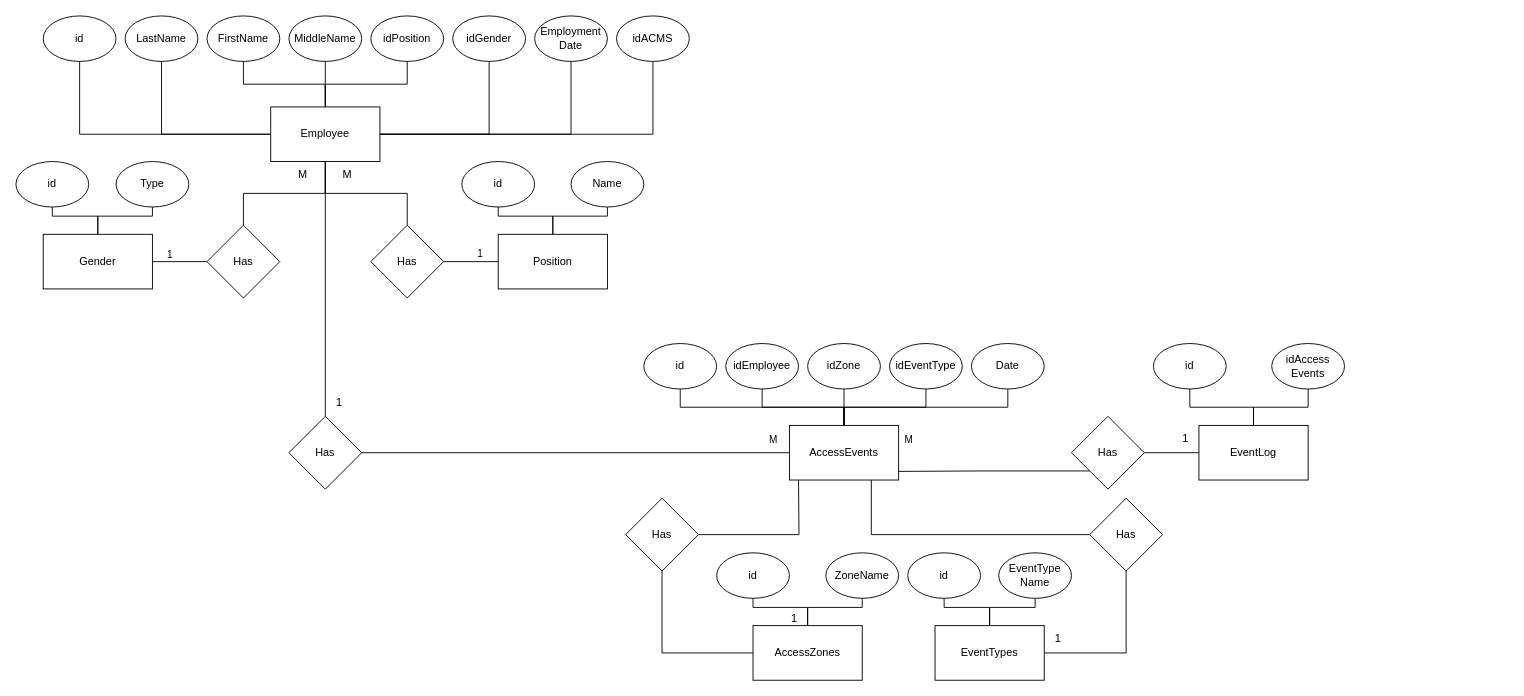
Above: FirstDiagram.drawio in Sparrow-Ran/DRAWIO (draw.io), before the change. Source tidied: cells renumbered, new cells numbered last; positions are measured from the earlier drawing's top-left corner, leaving out a move shared by most shapes. Both pictures are drawn from the tidied source at 91%, with x=0, y=0 at pixel (15, 15).
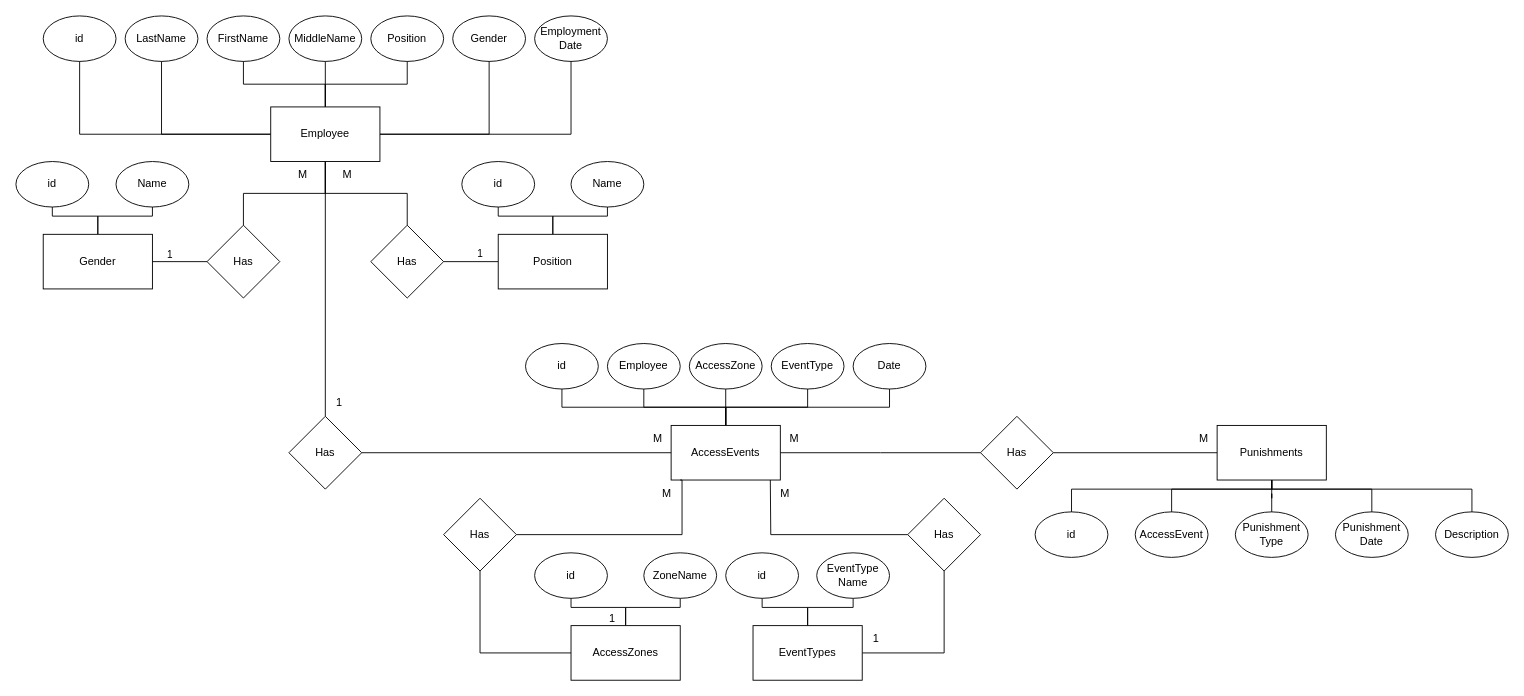
Above is the later version.

The change refers to these unchanged cells:
```xml
<mxCell id="19" value="Employee" style="rounded=0;whiteSpace=wrap;html=1;" parent="1" vertex="1">
  <mxGeometry x="280" y="100" width="120" height="60" as="geometry" />
</mxCell>
<mxCell id="60" style="edgeStyle=orthogonalEdgeStyle;rounded=0;jettySize=auto;html=1;endArrow=none;endFill=0;" parent="1" edge="1" source="62" target="53">
  <mxGeometry relative="1" as="geometry" />
</mxCell>
```

Change to the diagram source:
```diff
@@
-    <mxCell id="6" value="idPosition" style="ellipse;whiteSpace=wrap;html=1;" parent="1" vertex="1">
+    <mxCell id="6" value="Position" style="ellipse;whiteSpace=wrap;html=1;" parent="1" vertex="1">
       <mxGeometry x="390" width="80" height="50" as="geometry" />
     </mxCell>
-    <mxCell id="7" value="idGender" style="ellipse;whiteSpace=wrap;html=1;" parent="1" vertex="1">
+    <mxCell id="7" value="Gender" style="ellipse;whiteSpace=wrap;html=1;" parent="1" vertex="1">
       <mxGeometry x="480" width="80" height="50" as="geometry" />
     </mxCell>
@@
-    <mxCell id="18" style="edgeStyle=orthogonalEdgeStyle;rounded=0;jettySize=auto;html=1;endArrow=none;endFill=0;" parent="1" edge="1" source="19" target="35">
-      <mxGeometry relative="1" as="geometry" />
-    </mxCell>
@@
-    <mxCell id="29" value="Type" style="ellipse;whiteSpace=wrap;html=1;" parent="1" vertex="1">
+    <mxCell id="29" value="Name" style="ellipse;whiteSpace=wrap;html=1;" parent="1" vertex="1">
       <mxGeometry x="110" y="160" width="80" height="50" as="geometry" />
     </mxCell>
@@
-    <mxCell id="35" value="idACMS" style="ellipse;whiteSpace=wrap;html=1;" parent="1" vertex="1">
-      <mxGeometry x="660" width="80" height="50" as="geometry" />
-    </mxCell>
@@
     <mxCell id="39" value="AccessZones" style="rounded=0;whiteSpace=wrap;html=1;" parent="1" vertex="1">
-      <mxGeometry x="810" y="670" width="120" height="60" as="geometry" />
+      <mxGeometry x="610" y="670" width="120" height="60" as="geometry" />
     </mxCell>
     <mxCell id="40" value="id" style="ellipse;whiteSpace=wrap;html=1;" parent="1" vertex="1">
-      <mxGeometry x="770" y="590" width="80" height="50" as="geometry" />
+      <mxGeometry x="570" y="590" width="80" height="50" as="geometry" />
     </mxCell>
     <mxCell id="41" value="ZoneName" style="ellipse;whiteSpace=wrap;html=1;" parent="1" vertex="1">
-      <mxGeometry x="890" y="590" width="80" height="50" as="geometry" />
+      <mxGeometry x="690" y="590" width="80" height="50" as="geometry" />
     </mxCell>
@@
     <mxCell id="45" value="EventTypes" style="rounded=0;whiteSpace=wrap;html=1;" parent="1" vertex="1">
-      <mxGeometry x="1010" y="670" width="120" height="60" as="geometry" />
+      <mxGeometry x="810" y="670" width="120" height="60" as="geometry" />
     </mxCell>
     <mxCell id="46" value="id" style="ellipse;whiteSpace=wrap;html=1;" parent="1" vertex="1">
-      <mxGeometry x="980" y="590" width="80" height="50" as="geometry" />
+      <mxGeometry x="780" y="590" width="80" height="50" as="geometry" />
     </mxCell>
     <mxCell id="47" value="EventType&lt;br&gt;Name" style="ellipse;whiteSpace=wrap;html=1;" parent="1" vertex="1">
-      <mxGeometry x="1080" y="590" width="80" height="50" as="geometry" />
+      <mxGeometry x="880" y="590" width="80" height="50" as="geometry" />
     </mxCell>
+    <mxCell id="50" style="edgeStyle=orthogonalEdgeStyle;rounded=0;jettySize=auto;html=1;endArrow=none;endFill=0;" parent="1" edge="1" source="53" target="56">
+      <mxGeometry relative="1" as="geometry">
+        <Array as="points">
+          <mxPoint x="780" y="430" />
+          <mxPoint x="780" y="430" />
+        </Array>
+      </mxGeometry>
+    </mxCell>
+    <mxCell id="49" style="edgeStyle=orthogonalEdgeStyle;rounded=0;jettySize=auto;html=1;entryX=0.5;entryY=1;entryDx=0;entryDy=0;endArrow=none;endFill=0;" parent="1" edge="1" source="53" target="55">
+      <mxGeometry relative="1" as="geometry" />
+    </mxCell>
     <mxCell id="48" style="edgeStyle=orthogonalEdgeStyle;rounded=0;jettySize=auto;html=1;endArrow=none;endFill=0;" parent="1" edge="1" source="53" target="54">
       <mxGeometry relative="1" as="geometry">
         <Array as="points">
-          <mxPoint x="910" y="430" />
-          <mxPoint x="730" y="430" />
+          <mxPoint x="780" y="430" />
+          <mxPoint x="600" y="430" />
         </Array>
       </mxGeometry>
     </mxCell>
-    <mxCell id="49" style="edgeStyle=orthogonalEdgeStyle;rounded=0;jettySize=auto;html=1;endArrow=none;endFill=0;" parent="1" edge="1" source="53" target="55">
-      <mxGeometry relative="1" as="geometry" />
-    </mxCell>
-    <mxCell id="50" style="edgeStyle=orthogonalEdgeStyle;rounded=0;jettySize=auto;html=1;endArrow=none;endFill=0;" parent="1" edge="1" source="53" target="56">
-      <mxGeometry relative="1" as="geometry" />
-    </mxCell>
@@
     <mxCell id="52" style="edgeStyle=orthogonalEdgeStyle;rounded=0;jettySize=auto;html=1;endArrow=none;endFill=0;" parent="1" edge="1" source="53" target="58">
       <mxGeometry relative="1" as="geometry">
         <Array as="points">
-          <mxPoint x="910" y="430" />
-          <mxPoint x="1090" y="430" />
+          <mxPoint x="780" y="430" />
+          <mxPoint x="960" y="430" />
         </Array>
       </mxGeometry>
     </mxCell>
+    <mxCell id="83" style="edgeStyle=orthogonalEdgeStyle;rounded=0;jettySize=auto;html=1;endArrow=none;endFill=0;" parent="1" edge="1" source="53">
+      <mxGeometry relative="1" as="geometry">
+        <mxPoint x="1060" y="480" as="targetPoint" />
+      </mxGeometry>
+    </mxCell>
     <mxCell id="53" value="AccessEvents" style="rounded=0;whiteSpace=wrap;html=1;" parent="1" vertex="1">
-      <mxGeometry x="850" y="450" width="120" height="60" as="geometry" />
+      <mxGeometry x="720" y="450" width="120" height="60" as="geometry" />
     </mxCell>
     <mxCell id="54" value="id" style="ellipse;whiteSpace=wrap;html=1;" parent="1" vertex="1">
-      <mxGeometry x="690" y="360" width="80" height="50" as="geometry" />
+      <mxGeometry x="560" y="360" width="80" height="50" as="geometry" />
     </mxCell>
-    <mxCell id="55" value="idEmployee" style="ellipse;whiteSpace=wrap;html=1;" parent="1" vertex="1">
-      <mxGeometry x="780" y="360" width="80" height="50" as="geometry" />
+    <mxCell id="55" value="Employee" style="ellipse;whiteSpace=wrap;html=1;" parent="1" vertex="1">
+      <mxGeometry x="650" y="360" width="80" height="50" as="geometry" />
     </mxCell>
-    <mxCell id="56" value="idZone" style="ellipse;whiteSpace=wrap;html=1;" parent="1" vertex="1">
-      <mxGeometry x="870" y="360" width="80" height="50" as="geometry" />
+    <mxCell id="56" value="AccessZone" style="ellipse;whiteSpace=wrap;html=1;" parent="1" vertex="1">
+      <mxGeometry x="740" y="360" width="80" height="50" as="geometry" />
     </mxCell>
-    <mxCell id="57" value="idEventType" style="ellipse;whiteSpace=wrap;html=1;" parent="1" vertex="1">
-      <mxGeometry x="960" y="360" width="80" height="50" as="geometry" />
+    <mxCell id="57" value="EventType" style="ellipse;whiteSpace=wrap;html=1;" parent="1" vertex="1">
+      <mxGeometry x="830" y="360" width="80" height="50" as="geometry" />
     </mxCell>
     <mxCell id="58" value="Date" style="ellipse;whiteSpace=wrap;html=1;" parent="1" vertex="1">
-      <mxGeometry x="1050" y="360" width="80" height="50" as="geometry" />
+      <mxGeometry x="920" y="360" width="80" height="50" as="geometry" />
     </mxCell>
@@
-    <mxCell id="61" value="М" style="edgeLabel;html=1;align=center;verticalAlign=middle;" parent="60" vertex="1">
-      <mxGeometry x="0.9" y="4" relative="1" as="geometry">
-        <mxPoint x="4" y="-11" as="offset" />
-      </mxGeometry>
-    </mxCell>
@@
-    <mxCell id="63" style="edgeStyle=orthogonalEdgeStyle;rounded=0;jettySize=auto;html=1;endArrow=none;endFill=0;" parent="1" edge="1" source="64">
+    <mxCell id="63" style="edgeStyle=orthogonalEdgeStyle;rounded=0;jettySize=auto;html=1;endArrow=none;endFill=0;exitX=1;exitY=0.5;exitDx=0;exitDy=0;" parent="1" edge="1" source="64">
       <mxGeometry relative="1" as="geometry">
-        <mxPoint x="860" y="510" as="targetPoint" />
+        <mxPoint x="730" y="510" as="targetPoint" />
+        <Array as="points">
+          <mxPoint x="732" y="570" />
+        </Array>
       </mxGeometry>
     </mxCell>
     <mxCell id="64" value="Has" style="rhombus;whiteSpace=wrap;html=1;" parent="1" vertex="1">
-      <mxGeometry x="670" y="530" width="80" height="80" as="geometry" />
+      <mxGeometry x="470" y="530" width="80" height="80" as="geometry" />
     </mxCell>
-    <mxCell id="65" style="edgeStyle=orthogonalEdgeStyle;rounded=0;jettySize=auto;html=1;endArrow=none;endFill=0;entryX=0.75;entryY=1;entryDx=0;entryDy=0;" parent="1" edge="1" source="66" target="53">
-      <mxGeometry relative="1" as="geometry" />
+    <mxCell id="65" style="edgeStyle=orthogonalEdgeStyle;rounded=0;jettySize=auto;html=1;endArrow=none;endFill=0;" parent="1" edge="1" source="66">
+      <mxGeometry relative="1" as="geometry">
+        <mxPoint x="829" y="510" as="targetPoint" />
+      </mxGeometry>
     </mxCell>
     <mxCell id="66" value="Has" style="rhombus;whiteSpace=wrap;html=1;" parent="1" vertex="1">
-      <mxGeometry x="1180" y="530" width="80" height="80" as="geometry" />
+      <mxGeometry x="980" y="530" width="80" height="80" as="geometry" />
     </mxCell>
-    <mxCell id="67" style="edgeStyle=orthogonalEdgeStyle;rounded=0;jettySize=auto;html=1;exitX=0;exitY=1;exitDx=0;exitDy=0;entryX=1.004;entryY=0.842;entryDx=0;entryDy=0;endArrow=none;endFill=0;entryPerimeter=0;" parent="1" edge="1" source="69" target="53">
-      <mxGeometry relative="1" as="geometry" />
-    </mxCell>
-    <mxCell id="68" style="edgeStyle=orthogonalEdgeStyle;rounded=0;jettySize=auto;html=1;endArrow=none;endFill=0;" parent="1" edge="1" source="69" target="70">
-      <mxGeometry relative="1" as="geometry" />
-    </mxCell>
-    <mxCell id="69" value="Has" style="rhombus;whiteSpace=wrap;html=1;" parent="1" vertex="1">
-      <mxGeometry x="1160" y="440" width="80" height="80" as="geometry" />
-    </mxCell>
-    <mxCell id="70" value="EventLog" style="rounded=0;whiteSpace=wrap;html=1;" parent="1" vertex="1">
-      <mxGeometry x="1300" y="450" width="120" height="60" as="geometry" />
-    </mxCell>
-    <mxCell id="71" style="edgeStyle=orthogonalEdgeStyle;rounded=0;jettySize=auto;html=1;endArrow=none;endFill=0;" parent="1" edge="1" source="72" target="70">
-      <mxGeometry relative="1" as="geometry" />
-    </mxCell>
-    <mxCell id="72" value="id" style="ellipse;whiteSpace=wrap;html=1;" parent="1" vertex="1">
-      <mxGeometry x="1250" y="360" width="80" height="50" as="geometry" />
-    </mxCell>
-    <mxCell id="73" style="edgeStyle=orthogonalEdgeStyle;rounded=0;jettySize=auto;html=1;endArrow=none;endFill=0;" parent="1" edge="1" source="74" target="70">
-      <mxGeometry relative="1" as="geometry" />
-    </mxCell>
-    <mxCell id="74" value="idAccess&lt;br&gt;Events" style="ellipse;whiteSpace=wrap;html=1;" parent="1" vertex="1">
-      <mxGeometry x="1380" y="360" width="80" height="50" as="geometry" />
-    </mxCell>
@@
     <mxCell id="77" value="1" style="text;html=1;align=center;verticalAlign=middle;strokeColor=none;fillColor=none;" parent="1" vertex="1">
-      <mxGeometry x="840" y="648" width="30" height="30" as="geometry" />
+      <mxGeometry x="640" y="648" width="30" height="30" as="geometry" />
     </mxCell>
-    <mxCell id="78" value="1" style="text;html=1;align=center;verticalAlign=middle;strokeColor=none;fillColor=none;" parent="1" vertex="1">
-      <mxGeometry x="1270" y="450" width="30" height="30" as="geometry" />
-    </mxCell>
     <mxCell id="79" value="1" style="text;html=1;align=center;verticalAlign=middle;strokeColor=none;fillColor=none;" parent="1" vertex="1">
-      <mxGeometry x="1130" y="670" width="30" height="30" as="geometry" />
+      <mxGeometry x="930" y="670" width="30" height="30" as="geometry" />
     </mxCell>
-    <mxCell id="80" value="М" style="edgeLabel;html=1;align=center;verticalAlign=middle;" parent="1" vertex="1">
-      <mxGeometry x="980" y="465" as="geometry" />
-    </mxCell>
@@
+    <mxCell id="84" style="edgeStyle=orthogonalEdgeStyle;rounded=0;jettySize=auto;html=1;entryX=0.5;entryY=0;entryDx=0;entryDy=0;endArrow=none;endFill=0;" parent="1" edge="1" source="89" target="91">
+      <mxGeometry relative="1" as="geometry" />
+    </mxCell>
+    <mxCell id="85" style="edgeStyle=orthogonalEdgeStyle;rounded=0;jettySize=auto;html=1;entryX=0.5;entryY=0;entryDx=0;entryDy=0;endArrow=none;endFill=0;" parent="1" edge="1" source="89" target="90">
+      <mxGeometry relative="1" as="geometry">
+        <Array as="points">
+          <mxPoint x="1380" y="520" />
+          <mxPoint x="1270" y="520" />
+        </Array>
+      </mxGeometry>
+    </mxCell>
+    <mxCell id="86" style="edgeStyle=orthogonalEdgeStyle;rounded=0;jettySize=auto;html=1;endArrow=none;endFill=0;" parent="1" edge="1" source="89" target="72">
+      <mxGeometry relative="1" as="geometry">
+        <Array as="points">
+          <mxPoint x="1380" y="520" />
+          <mxPoint x="1160" y="520" />
+        </Array>
+      </mxGeometry>
+    </mxCell>
+    <mxCell id="87" style="edgeStyle=orthogonalEdgeStyle;rounded=0;jettySize=auto;html=1;endArrow=none;endFill=0;" parent="1" edge="1" source="89" target="92">
+      <mxGeometry relative="1" as="geometry">
+        <Array as="points">
+          <mxPoint x="1380" y="520" />
+          <mxPoint x="1490" y="520" />
+        </Array>
+      </mxGeometry>
+    </mxCell>
+    <mxCell id="88" style="edgeStyle=orthogonalEdgeStyle;rounded=0;jettySize=auto;html=1;endArrow=none;endFill=0;" parent="1" edge="1" source="89" target="93">
+      <mxGeometry relative="1" as="geometry">
+        <Array as="points">
+          <mxPoint x="1380" y="520" />
+          <mxPoint x="1600" y="520" />
+        </Array>
+      </mxGeometry>
+    </mxCell>
+    <mxCell id="89" value="Punishments" style="rounded=0;whiteSpace=wrap;html=1;" parent="1" vertex="1">
+      <mxGeometry x="1320" y="450" width="120" height="60" as="geometry" />
+    </mxCell>
+    <mxCell id="72" value="id" style="ellipse;whiteSpace=wrap;html=1;" parent="1" vertex="1">
+      <mxGeometry x="1120" y="545" width="80" height="50" as="geometry" />
+    </mxCell>
+    <mxCell id="90" value="AccessEvent" style="ellipse;whiteSpace=wrap;html=1;" parent="1" vertex="1">
+      <mxGeometry x="1230" y="545" width="80" height="50" as="geometry" />
+    </mxCell>
+    <mxCell id="91" value="Punishment&lt;br&gt;Type" style="ellipse;whiteSpace=wrap;html=1;" parent="1" vertex="1">
+      <mxGeometry x="1340" y="545" width="80" height="50" as="geometry" />
+    </mxCell>
+    <mxCell id="92" value="Punishment&lt;br&gt;Date" style="ellipse;whiteSpace=wrap;html=1;" parent="1" vertex="1">
+      <mxGeometry x="1450" y="545" width="80" height="50" as="geometry" />
+    </mxCell>
+    <mxCell id="93" value="Description" style="ellipse;whiteSpace=wrap;html=1;" parent="1" vertex="1">
+      <mxGeometry x="1560" y="545" width="80" height="50" as="geometry" />
+    </mxCell>
+    <mxCell id="94" style="edgeStyle=orthogonalEdgeStyle;rounded=0;jettySize=auto;html=1;endArrow=none;endFill=0;" parent="1" edge="1" source="69" target="89">
+      <mxGeometry relative="1" as="geometry" />
+    </mxCell>
+    <mxCell id="69" value="Has" style="rhombus;whiteSpace=wrap;html=1;" parent="1" vertex="1">
+      <mxGeometry x="1060" y="440" width="80" height="80" as="geometry" />
+    </mxCell>
+    <mxCell id="95" value="М" style="text;html=1;align=center;verticalAlign=middle;strokeColor=none;fillColor=none;" parent="1" vertex="1">
+      <mxGeometry x="840" y="450" width="30" height="30" as="geometry" />
+    </mxCell>
+    <mxCell id="96" value="М" style="text;html=1;align=center;verticalAlign=middle;strokeColor=none;fillColor=none;" parent="1" vertex="1">
+      <mxGeometry x="1290" y="450" width="30" height="30" as="geometry" />
+    </mxCell>
+    <mxCell id="97" value="М" style="text;html=1;align=center;verticalAlign=middle;strokeColor=none;fillColor=none;" parent="1" vertex="1">
+      <mxGeometry x="830" y="510" width="30" height="30" as="geometry" />
+    </mxCell>
+    <mxCell id="98" value="М" style="text;html=1;align=center;verticalAlign=middle;strokeColor=none;fillColor=none;" parent="1" vertex="1">
+      <mxGeometry x="700" y="510" width="30" height="30" as="geometry" />
+    </mxCell>
+    <mxCell id="99" value="М" style="text;html=1;align=center;verticalAlign=middle;strokeColor=none;fillColor=none;" parent="1" vertex="1">
+      <mxGeometry x="690" y="450" width="30" height="30" as="geometry" />
+    </mxCell>
```
